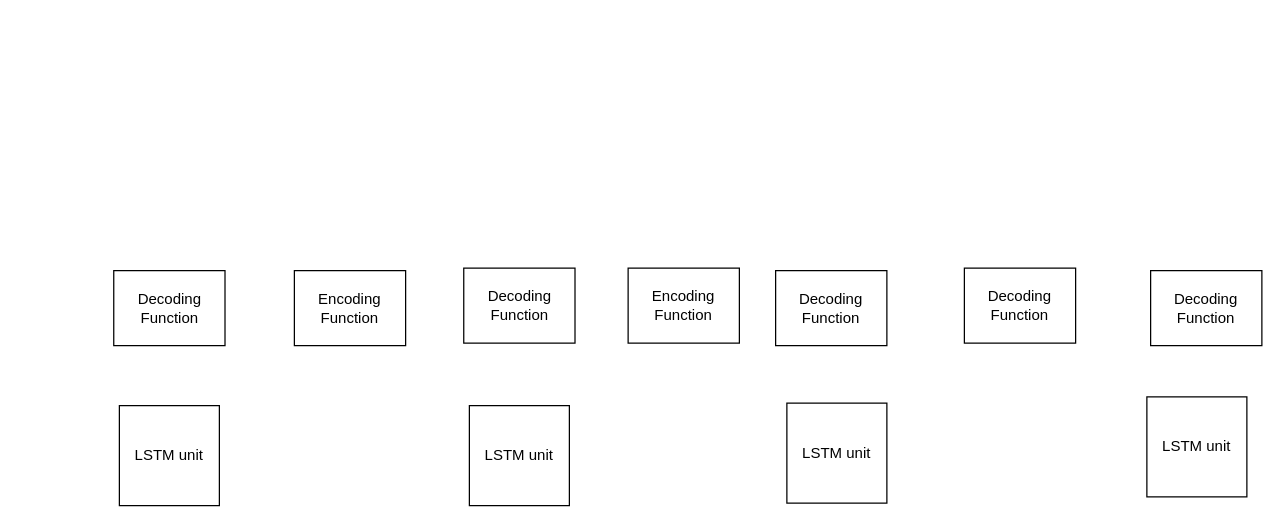
Before: 未命名绘图.drawio in lilang0710/ll, a draw.io diagram. Source tidied: cells renumbered, new cells numbered last; positions are measured from the earlier drawing's top-left corner, leaving out a move shared by most shapes. Both pictures are drawn from the tidied source at 125%, with x=0, y=0 at pixel (114, 268).
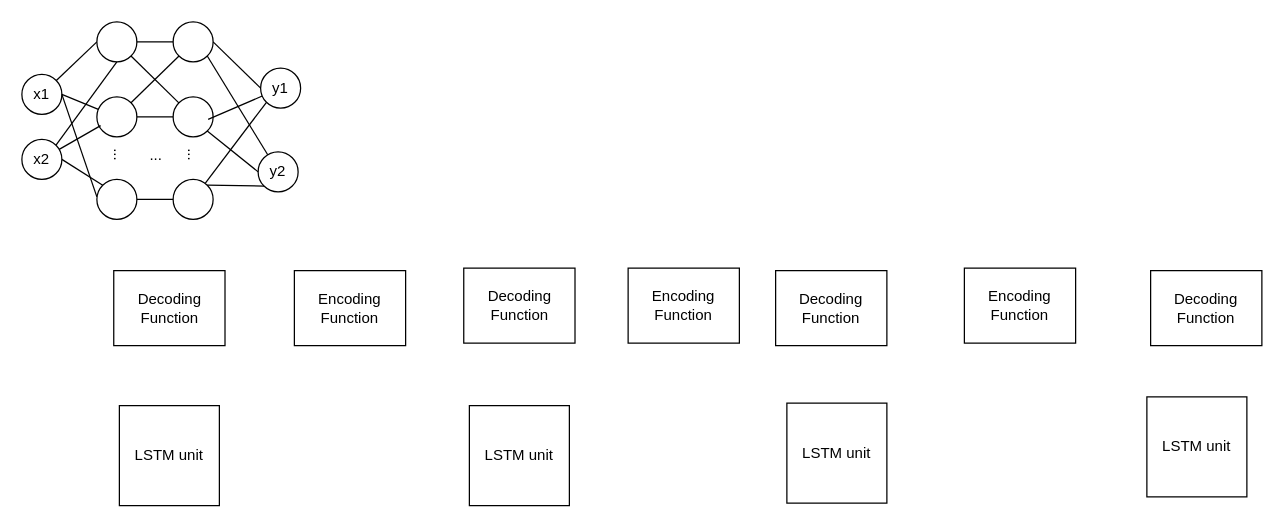
The same diagram, later.

Commit message (it also covers changes not shown here):
更新未命名绘图.drawio

What changed in the source:
```diff
@@
-    <mxCell id="12" value="Decoding Function" style="rounded=0;whiteSpace=wrap;html=1;" parent="1" vertex="1">
+    <mxCell id="12" value="Encoding Function" style="rounded=0;whiteSpace=wrap;html=1;" parent="1" vertex="1">
       <mxGeometry x="680" width="89" height="60" as="geometry" />
     </mxCell>
+    <mxCell id="13" value="x1" style="ellipse;whiteSpace=wrap;html=1;" parent="1" vertex="1">
+      <mxGeometry x="-74" y="-155" width="32" height="32" as="geometry" />
+    </mxCell>
+    <mxCell id="14" value="x2" style="ellipse;whiteSpace=wrap;html=1;" parent="1" vertex="1">
+      <mxGeometry x="-74" y="-103" width="32" height="32" as="geometry" />
+    </mxCell>
+    <mxCell id="15" style="rounded=0;jettySize=auto;html=1;exitX=0;exitY=0.5;exitDx=0;exitDy=0;endArrow=none;endFill=0;" parent="1" edge="1" source="16" target="13">
+      <mxGeometry relative="1" as="geometry" />
+    </mxCell>
+    <mxCell id="16" style="ellipse;whiteSpace=wrap;html=1;" parent="1" vertex="1">
+      <mxGeometry x="-14" y="-197" width="32" height="32" as="geometry" />
+    </mxCell>
+    <mxCell id="17" style="ellipse;whiteSpace=wrap;html=1;" parent="1" vertex="1">
+      <mxGeometry x="-14" y="-137" width="32" height="32" as="geometry" />
+    </mxCell>
+    <mxCell id="18" style="ellipse;whiteSpace=wrap;html=1;" parent="1" vertex="1">
+      <mxGeometry x="-14" y="-71" width="32" height="32" as="geometry" />
+    </mxCell>
+    <mxCell id="19" style="ellipse;whiteSpace=wrap;html=1;" parent="1" vertex="1">
+      <mxGeometry x="47" y="-197" width="32" height="32" as="geometry" />
+    </mxCell>
+    <mxCell id="20" style="ellipse;whiteSpace=wrap;html=1;" parent="1" vertex="1">
+      <mxGeometry x="47" y="-137" width="32" height="32" as="geometry" />
+    </mxCell>
+    <mxCell id="21" style="ellipse;whiteSpace=wrap;html=1;" parent="1" vertex="1">
+      <mxGeometry x="47" y="-71" width="32" height="32" as="geometry" />
+    </mxCell>
+    <mxCell id="22" value="y1" style="ellipse;whiteSpace=wrap;html=1;" parent="1" vertex="1">
+      <mxGeometry x="117" y="-160" width="32" height="32" as="geometry" />
+    </mxCell>
+    <mxCell id="23" value="y2" style="ellipse;whiteSpace=wrap;html=1;" parent="1" vertex="1">
+      <mxGeometry x="115" y="-93" width="32" height="32" as="geometry" />
+    </mxCell>
+    <mxCell id="24" style="rounded=0;jettySize=auto;html=1;endArrow=none;endFill=0;entryX=1;entryY=0.5;entryDx=0;entryDy=0;" parent="1" edge="1" source="17" target="13">
+      <mxGeometry relative="1" as="geometry" />
+    </mxCell>
+    <mxCell id="25" style="rounded=0;jettySize=auto;html=1;exitX=0;exitY=0.438;exitDx=0;exitDy=0;endArrow=none;endFill=0;entryX=1;entryY=0.5;entryDx=0;entryDy=0;exitPerimeter=0;" parent="1" edge="1" source="18" target="13">
+      <mxGeometry relative="1" as="geometry" />
+    </mxCell>
+    <mxCell id="26" style="rounded=0;jettySize=auto;html=1;exitX=0.5;exitY=1;exitDx=0;exitDy=0;endArrow=none;endFill=0;entryX=1;entryY=0;entryDx=0;entryDy=0;" parent="1" edge="1" source="16" target="14">
+      <mxGeometry relative="1" as="geometry" />
+    </mxCell>
+    <mxCell id="27" style="rounded=0;jettySize=auto;html=1;endArrow=none;endFill=0;" parent="1" edge="1" target="14">
+      <mxGeometry relative="1" as="geometry">
+        <mxPoint x="-11" y="-114" as="sourcePoint" />
+      </mxGeometry>
+    </mxCell>
+    <mxCell id="28" style="rounded=0;jettySize=auto;html=1;exitX=0;exitY=0;exitDx=0;exitDy=0;endArrow=none;endFill=0;entryX=1;entryY=0.5;entryDx=0;entryDy=0;" parent="1" edge="1" source="18" target="14">
+      <mxGeometry relative="1" as="geometry" />
+    </mxCell>
+    <mxCell id="29" style="rounded=0;jettySize=auto;html=1;endArrow=none;endFill=0;" parent="1" edge="1" source="16" target="19">
+      <mxGeometry relative="1" as="geometry" />
+    </mxCell>
+    <mxCell id="30" style="rounded=0;jettySize=auto;html=1;exitX=1;exitY=1;exitDx=0;exitDy=0;endArrow=none;endFill=0;" parent="1" edge="1" source="16" target="20">
+      <mxGeometry relative="1" as="geometry" />
+    </mxCell>
+    <mxCell id="31" style="rounded=0;jettySize=auto;html=1;exitX=0;exitY=1;exitDx=0;exitDy=0;endArrow=none;endFill=0;entryX=1;entryY=0;entryDx=0;entryDy=0;" parent="1" edge="1" source="19" target="17">
+      <mxGeometry relative="1" as="geometry" />
+    </mxCell>
+    <mxCell id="32" style="rounded=0;jettySize=auto;html=1;endArrow=none;endFill=0;" parent="1" edge="1" source="20" target="17">
+      <mxGeometry relative="1" as="geometry" />
+    </mxCell>
+    <mxCell id="33" style="rounded=0;jettySize=auto;html=1;exitX=0;exitY=0.5;exitDx=0;exitDy=0;endArrow=none;endFill=0;entryX=1;entryY=0.5;entryDx=0;entryDy=0;" parent="1" edge="1" source="21" target="18">
+      <mxGeometry relative="1" as="geometry" />
+    </mxCell>
+    <mxCell id="34" style="rounded=0;jettySize=auto;html=1;endArrow=none;endFill=0;" parent="1" edge="1" target="22">
+      <mxGeometry relative="1" as="geometry">
+        <mxPoint x="75" y="-119" as="sourcePoint" />
+      </mxGeometry>
+    </mxCell>
+    <mxCell id="35" style="rounded=0;jettySize=auto;html=1;exitX=1;exitY=0.5;exitDx=0;exitDy=0;endArrow=none;endFill=0;entryX=0;entryY=0.5;entryDx=0;entryDy=0;" parent="1" edge="1" source="19" target="22">
+      <mxGeometry relative="1" as="geometry" />
+    </mxCell>
+    <mxCell id="36" style="rounded=0;jettySize=auto;html=1;exitX=0;exitY=1;exitDx=0;exitDy=0;endArrow=none;endFill=0;" parent="1" edge="1" source="22" target="21">
+      <mxGeometry relative="1" as="geometry" />
+    </mxCell>
+    <mxCell id="37" style="rounded=0;jettySize=auto;html=1;endArrow=none;endFill=0;entryX=1;entryY=1;entryDx=0;entryDy=0;" parent="1" edge="1" source="23" target="19">
+      <mxGeometry relative="1" as="geometry" />
+    </mxCell>
+    <mxCell id="38" style="rounded=0;jettySize=auto;html=1;exitX=0;exitY=0.5;exitDx=0;exitDy=0;endArrow=none;endFill=0;entryX=1;entryY=1;entryDx=0;entryDy=0;" parent="1" edge="1" source="23" target="20">
+      <mxGeometry relative="1" as="geometry" />
+    </mxCell>
+    <mxCell id="39" style="rounded=0;jettySize=auto;html=1;exitX=0;exitY=1;exitDx=0;exitDy=0;endArrow=none;endFill=0;entryX=1;entryY=0;entryDx=0;entryDy=0;" parent="1" edge="1" source="23" target="21">
+      <mxGeometry relative="1" as="geometry" />
+    </mxCell>
+    <mxCell id="40" value="..." style="text;html=1;align=center;verticalAlign=middle;strokeColor=none;fillColor=none;rotation=90;" parent="1" vertex="1">
+      <mxGeometry x="-10" y="-104" width="28" height="26" as="geometry" />
+    </mxCell>
+    <mxCell id="41" value="..." style="text;html=1;align=center;verticalAlign=middle;strokeColor=none;fillColor=none;rotation=90;" parent="1" vertex="1">
+      <mxGeometry x="49" y="-104" width="28" height="26" as="geometry" />
+    </mxCell>
+    <mxCell id="42" value="..." style="text;html=1;align=center;verticalAlign=middle;strokeColor=none;fillColor=none;" parent="1" vertex="1">
+      <mxGeometry x="19" y="-103" width="28" height="26" as="geometry" />
+    </mxCell>
```
